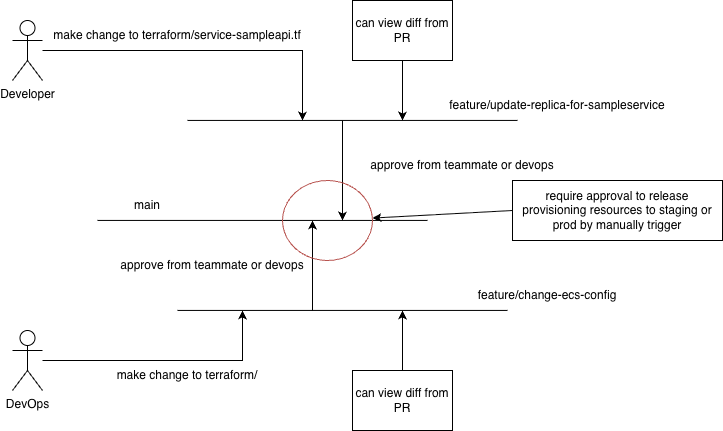
The draw.io diagram images/terraform-interaction.png in tnqv/sample-monorepo, before a commit. Source tidied: cells renumbered, new cells last; positions are measured from the earlier drawing's top-left corner, leaving out a move shared by most shapes.
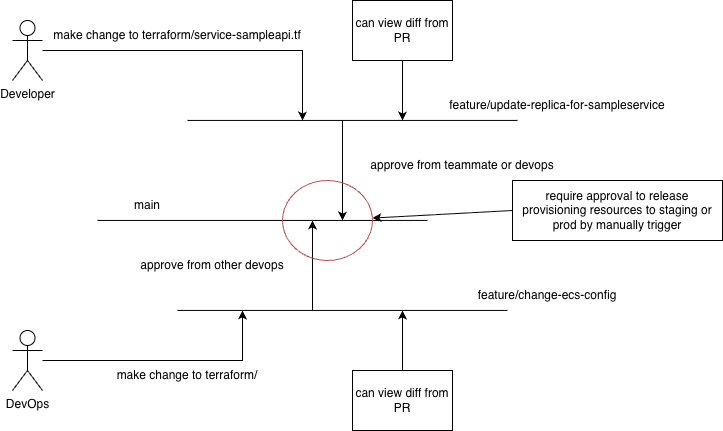
Above is the later version.

Diff of the diagram source:
```diff
@@ -63,7 +63,7 @@
         <mxPoint x="300" y="220" as="targetPoint" />
       </mxGeometry>
     </mxCell>
-    <mxCell id="16" value="approve from teammate or devops" style="text;html=1;whiteSpace=wrap;strokeColor=none;fillColor=none;align=center;verticalAlign=middle;rounded=0;" parent="1" vertex="1">
+    <mxCell id="16" value="approve from other devops" style="text;html=1;whiteSpace=wrap;strokeColor=none;fillColor=none;align=center;verticalAlign=middle;rounded=0;" parent="1" vertex="1">
       <mxGeometry x="90" y="249.9" width="220" height="30" as="geometry" />
     </mxCell>
     <mxCell id="17" value="make change to terraform/" style="text;html=1;whiteSpace=wrap;strokeColor=none;fillColor=none;align=center;verticalAlign=middle;rounded=0;" parent="1" vertex="1">
```
